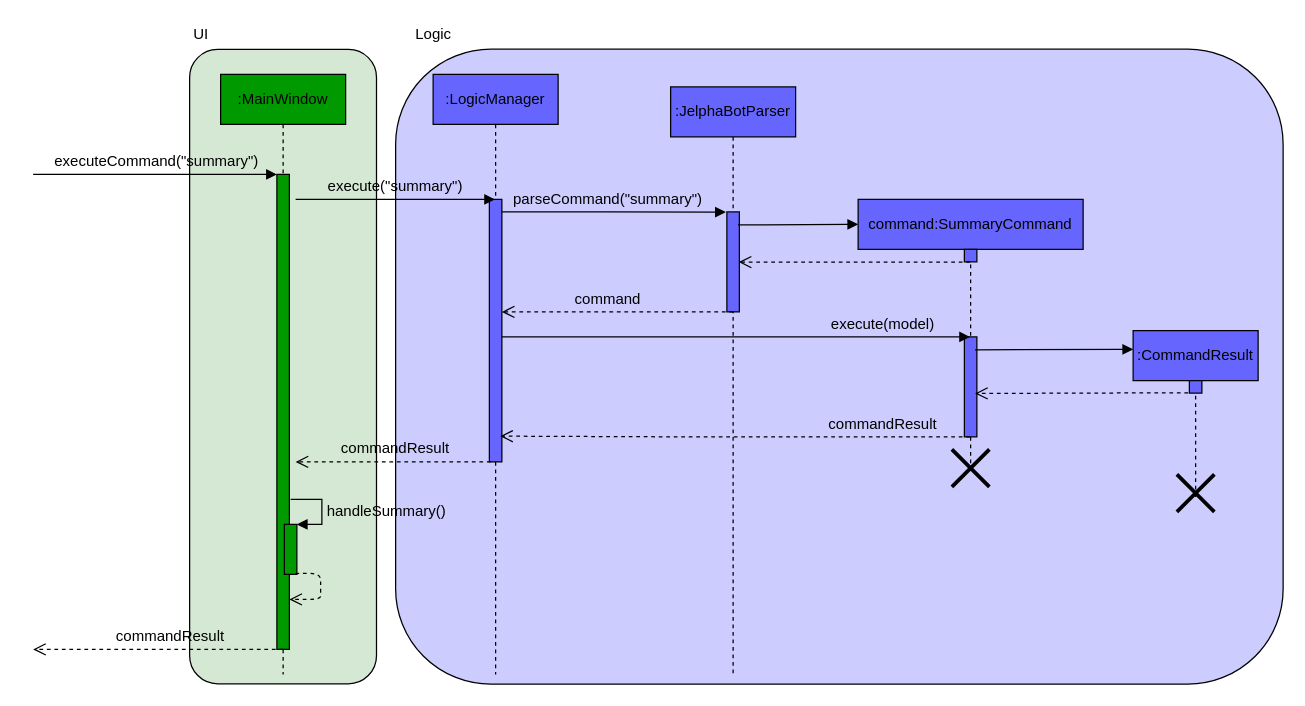
This is docs/diagrams/SummarySwitchTabSequenceDiagram.drawio from yapdianhao/main, a draw.io file, before an edit. Source tidied: cells renumbered, new cells numbered last; positions are measured from the earlier drawing's top-left corner, leaving out a move shared by most shapes. Both pictures are drawn from the tidied source at 125%, with x=0, y=0 at pixel (-35, 21).
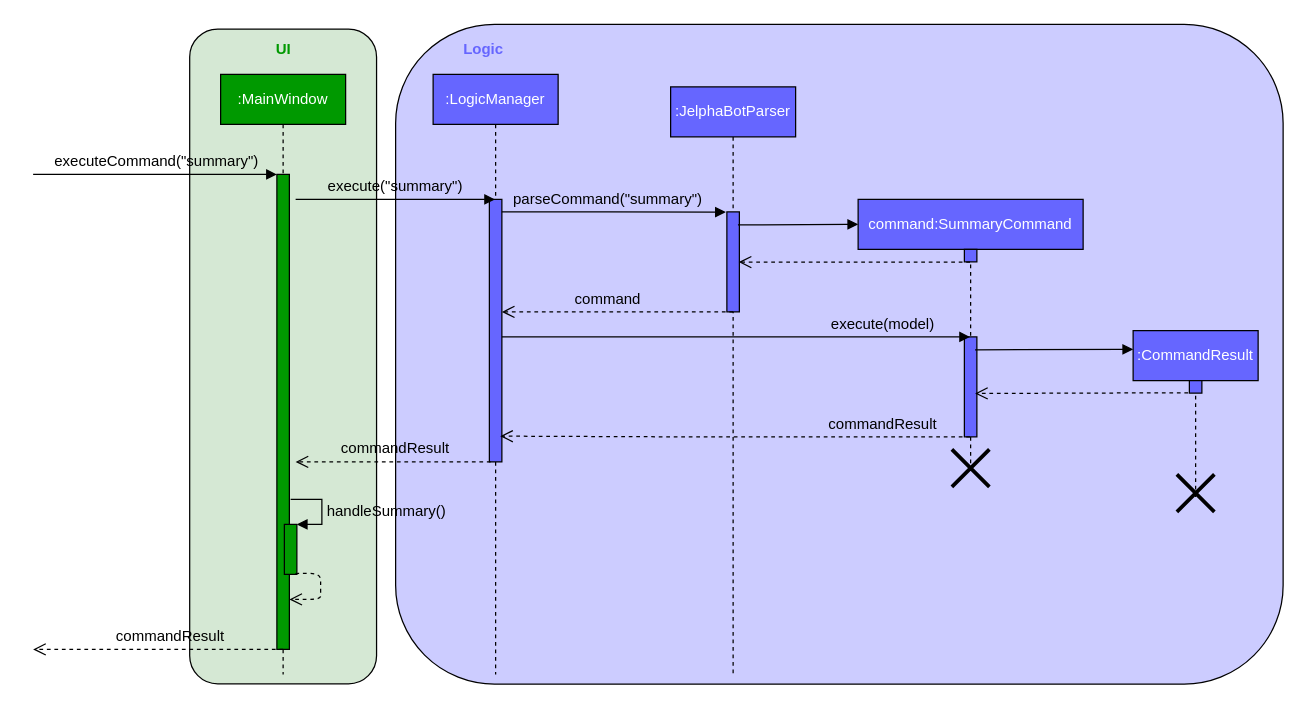
The same page after the edit.

Commit message (it also covers changes not shown here):
Updated DG figures to match font colouring

The edit, as a diff of the source:
```diff
@@
     <mxCell id="2" style="rounded=1;whiteSpace=wrap;html=1;shadow=0;fillColor=#CCCCFF;" parent="1" vertex="1">
-      <mxGeometry x="344" y="21.8" width="710" height="508" as="geometry" />
+      <mxGeometry x="344" y="2" width="710" height="527.8" as="geometry" />
     </mxCell>
     <mxCell id="3" style="rounded=1;whiteSpace=wrap;html=1;shadow=0;rotation=-90;fillColor=#D5E8D4;" parent="1" vertex="1">
-      <mxGeometry x="0.2" y="201" width="507.5" height="149.5" as="geometry" />
+      <mxGeometry x="-7.9" y="192.9" width="523.8" height="149.5" as="geometry" />
     </mxCell>
-    <mxCell id="4" value=":MainWindow" style="shape=umlLifeline;perimeter=lifelinePerimeter;whiteSpace=wrap;html=1;shadow=0;fillColor=#009900;" parent="1" vertex="1">
+    <mxCell id="4" value="&lt;font color=&quot;#ffffff&quot;&gt;:MainWindow&lt;/font&gt;" style="shape=umlLifeline;perimeter=lifelinePerimeter;whiteSpace=wrap;html=1;shadow=0;fillColor=#009900;" parent="1" vertex="1">
       <mxGeometry x="204" y="42" width="100" height="480" as="geometry" />
     </mxCell>
@@
-    <mxCell id="9" value="UI" style="text;html=1;align=center;verticalAlign=middle;" parent="1" vertex="1">
-      <mxGeometry x="173" width="30" height="20" as="geometry" />
+    <mxCell id="9" value="&lt;b&gt;&lt;font color=&quot;#009900&quot;&gt;UI&lt;/font&gt;&lt;/b&gt;" style="text;html=1;align=center;verticalAlign=middle;" parent="1" vertex="1">
+      <mxGeometry x="239" y="12" width="30" height="20" as="geometry" />
     </mxCell>
@@
-    <mxCell id="11" value=":LogicManager" style="shape=umlLifeline;perimeter=lifelinePerimeter;whiteSpace=wrap;html=1;outlineConnect=0;shadow=0;fillColor=#6666FF;" parent="1" vertex="1">
+    <mxCell id="11" value="&lt;font color=&quot;#ffffff&quot;&gt;:LogicManager&lt;/font&gt;" style="shape=umlLifeline;perimeter=lifelinePerimeter;whiteSpace=wrap;html=1;outlineConnect=0;shadow=0;fillColor=#6666FF;" parent="1" vertex="1">
       <mxGeometry x="374" y="42" width="100" height="480" as="geometry" />
     </mxCell>
@@
-    <mxCell id="14" value=":JelphaBotParser" style="shape=umlLifeline;perimeter=lifelinePerimeter;whiteSpace=wrap;html=1;shadow=0;fillColor=#6666FF;" parent="1" vertex="1">
+    <mxCell id="14" value="&lt;font color=&quot;#ffffff&quot;&gt;:JelphaBotParser&lt;/font&gt;" style="shape=umlLifeline;perimeter=lifelinePerimeter;whiteSpace=wrap;html=1;shadow=0;fillColor=#6666FF;" parent="1" vertex="1">
       <mxGeometry x="564" y="52" width="100" height="470" as="geometry" />
     </mxCell>
@@
-    <mxCell id="17" value="command:SummaryCommand" style="shape=umlLifeline;perimeter=lifelinePerimeter;whiteSpace=wrap;html=1;outlineConnect=0;shadow=0;fillColor=#6666FF;" parent="1" vertex="1">
+    <mxCell id="17" value="&lt;font color=&quot;#ffffff&quot;&gt;command:SummaryCommand&lt;/font&gt;" style="shape=umlLifeline;perimeter=lifelinePerimeter;whiteSpace=wrap;html=1;outlineConnect=0;shadow=0;fillColor=#6666FF;" parent="1" vertex="1">
       <mxGeometry x="714" y="142" width="180" height="220" as="geometry" />
     </mxCell>
@@
-    <mxCell id="24" value=":CommandResult" style="shape=umlLifeline;perimeter=lifelinePerimeter;whiteSpace=wrap;html=1;shadow=0;fillColor=#6666FF;" parent="1" vertex="1">
+    <mxCell id="24" value="&lt;font color=&quot;#ffffff&quot;&gt;:CommandResult&lt;/font&gt;" style="shape=umlLifeline;perimeter=lifelinePerimeter;whiteSpace=wrap;html=1;shadow=0;fillColor=#6666FF;" parent="1" vertex="1">
       <mxGeometry x="934" y="247" width="100" height="135" as="geometry" />
     </mxCell>
@@
-    <mxCell id="32" value="Logic" style="text;html=1;align=center;verticalAlign=middle;" parent="1" vertex="1">
-      <mxGeometry x="354" width="40" height="20" as="geometry" />
+    <mxCell id="32" value="&lt;b&gt;&lt;font color=&quot;#6666ff&quot;&gt;Logic&lt;/font&gt;&lt;/b&gt;" style="text;html=1;align=center;verticalAlign=middle;" parent="1" vertex="1">
+      <mxGeometry x="389" y="12" width="50" height="20" as="geometry" />
     </mxCell>
```
